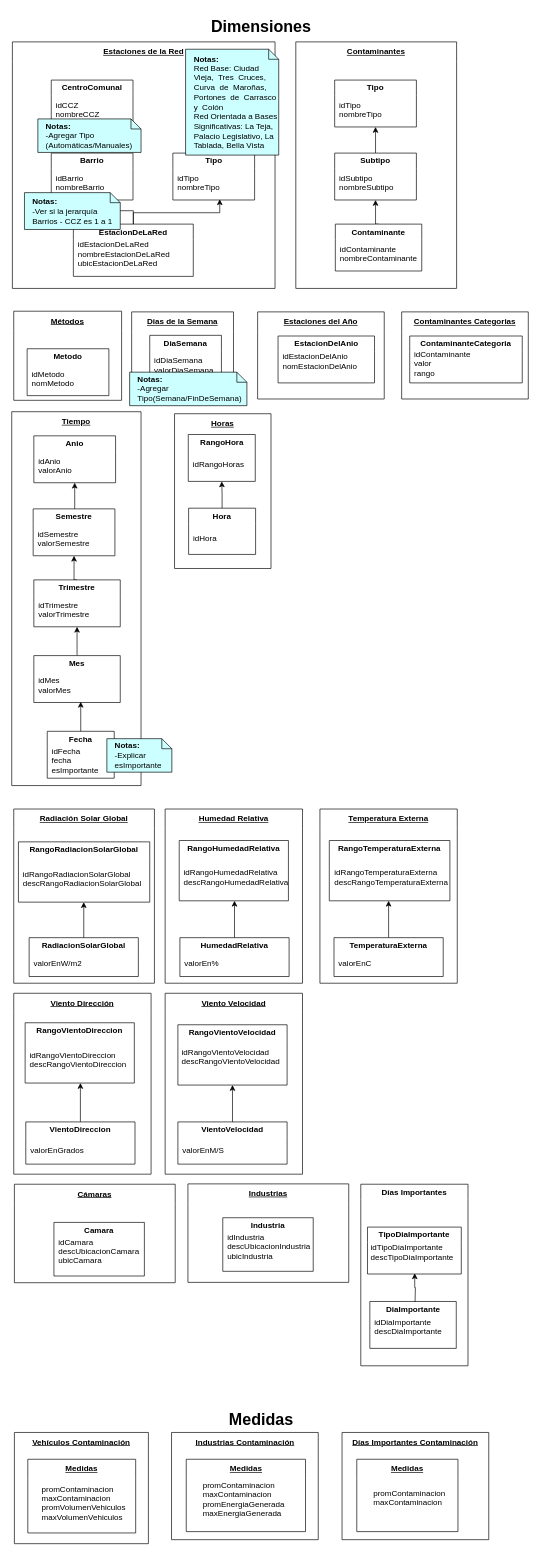
gonzalomelov/dw-calidad-aire-docs keeps this draw.io diagram as 2. Diseño conceptual/Dimensiones y Medidas.drawio. Above is the earlier version. Source tidied: cells renumbered, new cells numbered last; positions are measured from the earlier drawing's top-left corner, leaving out a move shared by most shapes. Both pictures are drawn from the tidied source at 67%, with x=0, y=0 at pixel (11, 11).
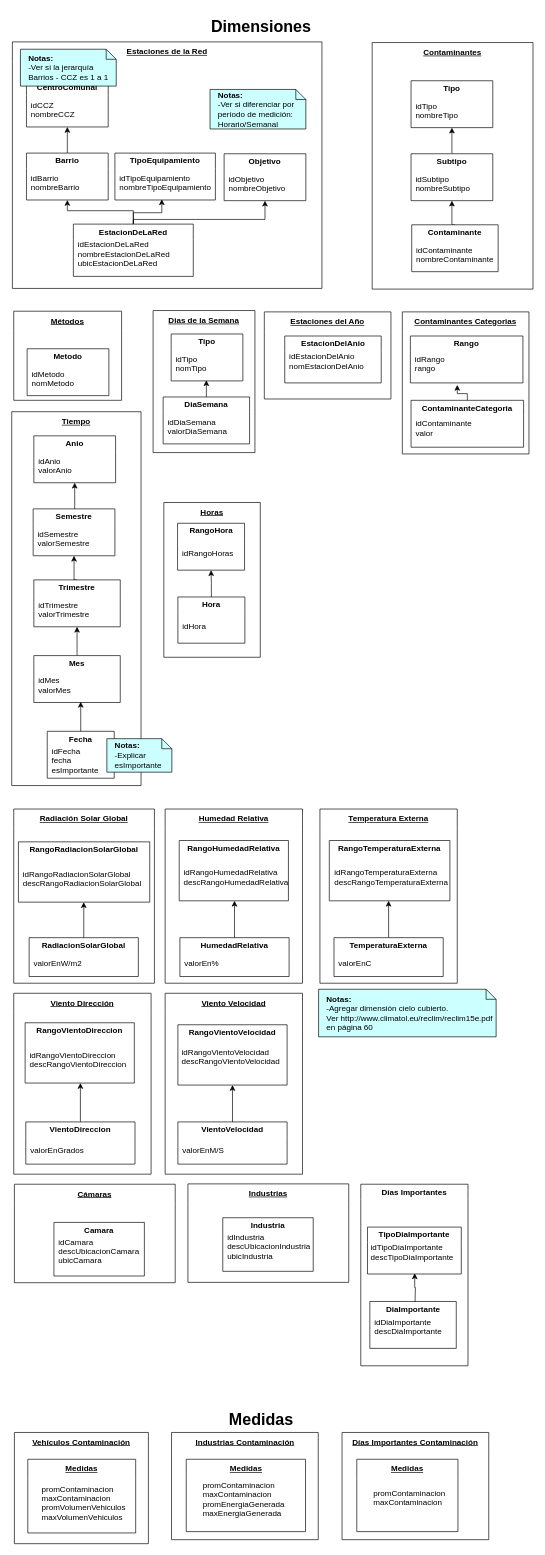
After the change.

The change refers to these unchanged cells:
```xml
<mxCell id="10" value="EstacionDeLaRed" style="swimlane;swimlaneLine=0;whiteSpace=wrap;" parent="3" vertex="1">
  <mxGeometry x="91" y="272" width="179" height="78" as="geometry" />
</mxCell>
```

Change to the diagram source:
```diff
@@
     <mxCell id="2" value="Estaciones del Año" style="swimlane;swimlaneLine=0;whiteSpace=wrap;startSize=29;fontStyle=5;align=center;" parent="1" vertex="1">
-      <mxGeometry x="367" y="448" width="189" height="130" as="geometry" />
+      <mxGeometry x="377" y="448" width="189" height="130" as="geometry" />
     </mxCell>
     <mxCell id="3" value="Estaciones de la Red" style="swimlane;swimlaneLine=0;whiteSpace=wrap;startSize=29;fontStyle=5;align=center;" parent="1" vertex="1">
-      <mxGeometry x="1" y="45" width="392" height="368" as="geometry" />
+      <mxGeometry x="1" y="45" width="462" height="368" as="geometry" />
     </mxCell>
     <mxCell id="4" value="CentroComunal" style="swimlane;swimlaneLine=0;whiteSpace=wrap;" parent="3" vertex="1">
-      <mxGeometry x="58" y="57" width="122" height="70" as="geometry" />
+      <mxGeometry x="21" y="57" width="122" height="70" as="geometry" />
     </mxCell>
@@
     <mxCell id="7" value="Barrio" style="swimlane;swimlaneLine=0;whiteSpace=wrap;" parent="3" vertex="1">
-      <mxGeometry x="58" y="166" width="122" height="70" as="geometry" />
+      <mxGeometry x="21" y="166" width="122" height="70" as="geometry" />
     </mxCell>
@@
-    <mxCell id="12" value="Tipo" style="swimlane;swimlaneLine=0;whiteSpace=wrap;" parent="3" vertex="1">
-      <mxGeometry x="239.5" y="166" width="122" height="70" as="geometry" />
+    <mxCell id="12" value="TipoEquipamiento" style="swimlane;swimlaneLine=0;whiteSpace=wrap;" parent="3" vertex="1">
+      <mxGeometry x="153" y="166" width="150" height="70" as="geometry" />
     </mxCell>
-    <mxCell id="13" value="idTipo&#10;nombreTipo" style="text;align=left;verticalAlign=middle;" parent="12" vertex="1">
+    <mxCell id="13" value="idTipoEquipamiento&#10;nombreTipoEquipamiento" style="text;align=left;verticalAlign=middle;" parent="12" vertex="1">
       <mxGeometry x="5" y="19" width="130" height="50" as="geometry" />
     </mxCell>
     <mxCell id="14" style="edgeStyle=orthogonalEdgeStyle;rounded=0;html=1;exitX=0.5;exitY=0;entryX=0.5;entryY=1;jettySize=auto;entryDx=0;entryDy=0;exitDx=0;exitDy=0;" parent="3" edge="1" source="10" target="13">
       <mxGeometry relative="1" as="geometry">
         <Array as="points">
           <mxPoint x="181" y="255" />
-          <mxPoint x="310" y="255" />
+          <mxPoint x="223" y="255" />
         </Array>
       </mxGeometry>
     </mxCell>
     <mxCell id="15" value="&lt;div&gt;&lt;b&gt;Notas:&amp;nbsp;&lt;/b&gt;&lt;/div&gt;-Ver si la jerarquía&lt;br&gt;Barrios - CCZ es 1 a 1" style="shape=note;size=15;align=left;spacingLeft=10;html=1;whiteSpace=wrap;fillColor=#CCFFFF;" parent="3" vertex="1">
-      <mxGeometry x="18" y="225" width="143" height="55" as="geometry" />
+      <mxGeometry x="12" y="11" width="143" height="55" as="geometry" />
     </mxCell>
+    <mxCell id="114" value="Objetivo" style="swimlane;swimlaneLine=0;whiteSpace=wrap;" parent="3" vertex="1">
+      <mxGeometry x="316" y="167" width="122" height="70" as="geometry" />
+    </mxCell>
+    <mxCell id="115" value="idObjetivo&#10;nombreObjetivo" style="text;align=left;verticalAlign=middle;" parent="114" vertex="1">
+      <mxGeometry x="5" y="19" width="130" height="50" as="geometry" />
+    </mxCell>
+    <mxCell id="116" style="edgeStyle=orthogonalEdgeStyle;rounded=0;html=1;exitX=0.5;exitY=0;entryX=0.5;entryY=1;jettySize=auto;entryDx=0;entryDy=0;exitDx=0;exitDy=0;" parent="3" edge="1" source="10" target="114">
+      <mxGeometry relative="1" as="geometry">
+        <Array as="points">
+          <mxPoint x="181" y="265" />
+          <mxPoint x="377" y="265" />
+        </Array>
+      </mxGeometry>
+    </mxCell>
+    <mxCell id="117" value="&lt;div&gt;&lt;b&gt;Notas:&amp;nbsp;&lt;/b&gt;&lt;/div&gt;-Ver si diferenciar por&lt;br&gt;período de medición:&lt;br&gt;Horario/Semanal" style="shape=note;size=15;align=left;spacingLeft=10;html=1;whiteSpace=wrap;fillColor=#CCFFFF;" parent="3" vertex="1">
+      <mxGeometry x="295" y="71" width="143" height="59" as="geometry" />
+    </mxCell>
@@
     <mxCell id="21" value="Contaminantes" style="swimlane;swimlaneLine=0;whiteSpace=wrap;startSize=29;fontStyle=5;align=center;" parent="1" vertex="1">
-      <mxGeometry x="424" y="45" width="240" height="368" as="geometry" />
+      <mxGeometry x="538" y="46" width="240" height="368" as="geometry" />
     </mxCell>
@@
     <mxCell id="57" value="EstacionDelAnio" style="swimlane;swimlaneLine=0;whiteSpace=wrap;" parent="1" vertex="1">
-      <mxGeometry x="397.5" y="484" width="144" height="70" as="geometry" />
+      <mxGeometry x="407.5" y="484" width="144" height="70" as="geometry" />
     </mxCell>
@@
     <mxCell id="59" value="Dias de la Semana" style="swimlane;swimlaneLine=0;whiteSpace=wrap;startSize=29;fontStyle=5;align=center;" parent="1" vertex="1">
-      <mxGeometry x="179" y="448" width="152" height="130" as="geometry" />
+      <mxGeometry x="211" y="446" width="152" height="212" as="geometry" />
     </mxCell>
-    <mxCell id="60" value="DiaSemana" style="swimlane;swimlaneLine=0;whiteSpace=wrap;" parent="59" vertex="1">
+    <mxCell id="60" value="Tipo" style="swimlane;swimlaneLine=0;whiteSpace=wrap;" parent="59" vertex="1">
       <mxGeometry x="27" y="35" width="107" height="70" as="geometry" />
     </mxCell>
-    <mxCell id="61" value="idDiaSemana&#10;valorDiaSemana" style="text;align=left;verticalAlign=middle;" parent="60" vertex="1">
+    <mxCell id="61" value="idTipo&#10;nomTipo" style="text;align=left;verticalAlign=middle;" parent="60" vertex="1">
       <mxGeometry x="5" y="19" width="95" height="50" as="geometry" />
     </mxCell>
+    <mxCell id="118" style="edgeStyle=orthogonalEdgeStyle;rounded=0;html=1;exitX=0.5;exitY=0;entryX=0.5;entryY=1;jettySize=auto;entryDx=0;entryDy=0;" parent="59" edge="1" source="119" target="61">
+      <mxGeometry relative="1" as="geometry" />
+    </mxCell>
+    <mxCell id="119" value="DiaSemana" style="swimlane;swimlaneLine=0;whiteSpace=wrap;" parent="59" vertex="1">
+      <mxGeometry x="15" y="129" width="129" height="70" as="geometry" />
+    </mxCell>
+    <mxCell id="120" value="idDiaSemana&#10;valorDiaSemana" style="text;align=left;verticalAlign=middle;" parent="119" vertex="1">
+      <mxGeometry x="5" y="19" width="130" height="50" as="geometry" />
+    </mxCell>
     <mxCell id="62" value="Horas" style="swimlane;swimlaneLine=0;whiteSpace=wrap;startSize=29;fontStyle=5;align=center;" parent="1" vertex="1">
-      <mxGeometry x="243" y="600" width="144" height="231" as="geometry" />
+      <mxGeometry x="227" y="732.5" width="144" height="231" as="geometry" />
     </mxCell>
@@
     <mxCell id="107" value="Contaminantes Categorias" style="swimlane;swimlaneLine=0;whiteSpace=wrap;startSize=29;fontStyle=5;align=center;" parent="1" vertex="1">
-      <mxGeometry x="582" y="448" width="189" height="130" as="geometry" />
+      <mxGeometry x="583" y="448" width="189" height="212" as="geometry" />
     </mxCell>
+    <mxCell id="121" value="ContaminanteCategoria" style="swimlane;swimlaneLine=0;whiteSpace=wrap;" parent="107" vertex="1">
+      <mxGeometry x="13" y="132" width="168" height="70" as="geometry" />
+    </mxCell>
+    <mxCell id="122" value="idContaminante&#10;valor&#10;" style="text;align=left;verticalAlign=middle;" parent="121" vertex="1">
+      <mxGeometry x="5" y="23" width="130" height="50" as="geometry" />
+    </mxCell>
-    <mxCell id="108" value="ContaminanteCategoria" style="swimlane;swimlaneLine=0;whiteSpace=wrap;" parent="1" vertex="1">
-      <mxGeometry x="594" y="484" width="168" height="70" as="geometry" />
+    <mxCell id="108" value="Rango" style="swimlane;swimlaneLine=0;whiteSpace=wrap;" parent="1" vertex="1">
+      <mxGeometry x="595" y="484" width="168" height="70" as="geometry" />
     </mxCell>
-    <mxCell id="109" value="idContaminante&#10;valor&#10;rango&#10;" style="text;align=left;verticalAlign=middle;" parent="108" vertex="1">
+    <mxCell id="109" value="idRango&#10;rango&#10;" style="text;align=left;verticalAlign=middle;" parent="108" vertex="1">
       <mxGeometry x="5" y="23" width="130" height="50" as="geometry" />
     </mxCell>
-    <mxCell id="110" value="&lt;div&gt;&lt;b&gt;Notas:&amp;nbsp;&lt;/b&gt;&lt;/div&gt;-Agregar Tipo (Automáticas/Manuales)" style="shape=note;size=15;align=left;spacingLeft=10;html=1;whiteSpace=wrap;fillColor=#CCFFFF;" parent="1" vertex="1">
-      <mxGeometry x="39" y="160" width="154" height="50" as="geometry" />
-    </mxCell>
-    <mxCell id="111" value="&lt;div&gt;&lt;b&gt;Notas:&amp;nbsp;&lt;/b&gt;&lt;/div&gt;-Agregar Tipo(Semana/FinDeSemana)" style="shape=note;size=15;align=left;spacingLeft=10;html=1;whiteSpace=wrap;fillColor=#CCFFFF;" parent="1" vertex="1">
-      <mxGeometry x="176" y="538" width="175" height="50" as="geometry" />
-    </mxCell>
@@
-    <mxCell id="113" value="&lt;div&gt;&lt;b&gt;Notas:&amp;nbsp;&lt;/b&gt;&lt;/div&gt;&lt;div&gt;Red Base: Ciudad&amp;nbsp; Vieja,&amp;nbsp; Tres&amp;nbsp; Cruces,&amp;nbsp; Curva&amp;nbsp; de&amp;nbsp; Maroñas,&amp;nbsp; Portones&amp;nbsp; de&amp;nbsp; Carrasco&amp;nbsp; y&amp;nbsp; Colón&lt;/div&gt;&lt;div&gt;Red Orientada a Bases Significativas: La Teja, Palacio Legislativo, La Tablada, Bella Vista&lt;/div&gt;" style="shape=note;size=15;align=left;spacingLeft=10;html=1;whiteSpace=wrap;fillColor=#CCFFFF;" parent="1" vertex="1">
-      <mxGeometry x="259.5" y="56" width="139" height="158" as="geometry" />
-    </mxCell>
+    <mxCell id="123" value="&lt;div&gt;&lt;b&gt;Notas:&amp;nbsp;&lt;/b&gt;&lt;/div&gt;-Agregar dimensión cielo cubierto. Ver&amp;nbsp;http://www.climatol.eu/reclim/reclim15e.pdf en página 60" style="shape=note;size=15;align=left;spacingLeft=10;html=1;whiteSpace=wrap;fillColor=#CCFFFF;" parent="1" vertex="1">
+      <mxGeometry x="458" y="1459" width="265" height="71" as="geometry" />
+    </mxCell>
+    <mxCell id="124" style="edgeStyle=orthogonalEdgeStyle;rounded=0;jettySize=auto;html=1;exitX=0.5;exitY=0;exitDx=0;exitDy=0;entryX=0.5;entryY=1;entryDx=0;entryDy=0;" parent="1" edge="1" source="121" target="109">
+      <mxGeometry relative="1" as="geometry">
+        <Array as="points">
+          <mxPoint x="680" y="570" />
+          <mxPoint x="665" y="570" />
+        </Array>
+      </mxGeometry>
+    </mxCell>
```
